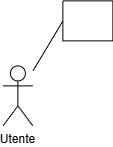
Above: assets/diagrams/UC43.png in SkarabGroup/DocumentazioneProgetto (draw.io), before the change. Source tidied: cells renumbered, new cells last; positions are measured from the earlier drawing's top-left corner, leaving out a move shared by most shapes.
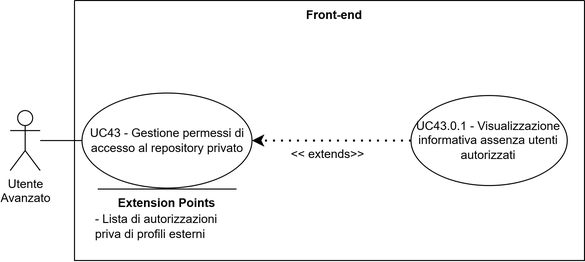
After the commit.

What changed in the source:
```diff
@@ -2,11 +2,41 @@
   <root>
     <mxCell id="0" />
     <mxCell id="1" parent="0" />
-    <mxCell id="2" value="&lt;div&gt;Utente&lt;/div&gt;" style="shape=umlActor;verticalLabelPosition=bottom;verticalAlign=top;html=1;" parent="1" vertex="1">
-      <mxGeometry x="0.4" y="65.4" width="30" height="60" as="geometry" />
-    </mxCell>
-    <mxCell id="3" style="swimlane;startSize=0;" parent="1" vertex="1" collapsed="1">
-      <mxGeometry x="60.4" y="0.4" width="50" height="40" as="geometry" />
-    </mxCell>
+    <mxCell id="4" style="swimlane;startSize=0;" parent="1" vertex="1">
+      <mxGeometry x="-236" y="-787" width="510" height="260" as="geometry" />
+    </mxCell>
+    <mxCell id="5" value="Front-end" style="text;html=1;whiteSpace=wrap;strokeColor=none;fillColor=none;align=center;verticalAlign=middle;rounded=0;perimeterSpacing=1;fontStyle=1;" parent="4" vertex="1">
+      <mxGeometry x="230" width="60" height="30" as="geometry" />
+    </mxCell>
+    <mxCell id="6" value="UC43 - Gestione permessi di accesso al repository privato" style="ellipse;whiteSpace=wrap;html=1;" parent="4" vertex="1">
+      <mxGeometry x="7.5" y="92.5" width="170" height="95" as="geometry" />
+    </mxCell>
+    <mxCell id="7" value="UC43.0.1 - Visualizzazione informativa assenza utenti autorizzati" style="ellipse;whiteSpace=wrap;html=1;" parent="4" vertex="1">
+      <mxGeometry x="336.5" y="95.1" width="156.2" height="90" as="geometry" />
+    </mxCell>
+    <mxCell id="8" style="endArrow=classic;dashed=1;html=1;dashPattern=1 3;strokeWidth=2;rounded=0;strokeColor=default;curved=0;endFill=1;endSize=6;entryX=1;entryY=0.5;entryDx=0;entryDy=0;exitX=0;exitY=0.5;exitDx=0;exitDy=0;" parent="4" edge="1" source="7" target="6">
+      <mxGeometry relative="1" as="geometry" />
+    </mxCell>
+    <mxCell id="9" value="&amp;lt;&amp;lt; extends&amp;gt;&amp;gt;" style="text;html=1;whiteSpace=wrap;strokeColor=none;fillColor=none;align=center;verticalAlign=middle;rounded=0;" parent="4" vertex="1">
+      <mxGeometry x="206" y="139" width="95" height="30" as="geometry" />
+    </mxCell>
+    <mxCell id="10" value="&lt;div&gt;Utente&lt;/div&gt;&lt;div&gt;&lt;span style=&quot;background-color: transparent; color: light-dark(rgb(0, 0, 0), rgb(255, 255, 255));&quot;&gt;Avanzato&lt;/span&gt;&lt;/div&gt;" style="shape=umlActor;verticalLabelPosition=bottom;verticalAlign=top;html=1;outlineConnect=0;" parent="4" vertex="1">
+      <mxGeometry x="-64.3" y="110" width="30" height="60" as="geometry" />
+    </mxCell>
+    <mxCell id="11" style="endArrow=none;html=1;rounded=0;entryX=0;entryY=0.5;entryDx=0;entryDy=0;" parent="4" edge="1" source="10" target="6">
+      <mxGeometry relative="1" as="geometry" />
+    </mxCell>
+    <mxCell id="12" style="endArrow=none;html=1;rounded=0;" parent="4" edge="1">
+      <mxGeometry relative="1" as="geometry">
+        <mxPoint x="162" y="188.6" as="sourcePoint" />
+        <mxPoint x="23.2" y="188.6" as="targetPoint" />
+      </mxGeometry>
+    </mxCell>
+    <mxCell id="13" value="&lt;b&gt;Extension Points&lt;/b&gt;" style="text;html=1;whiteSpace=wrap;strokeColor=none;fillColor=none;align=center;verticalAlign=middle;rounded=0;strokeWidth=5;" parent="4" vertex="1">
+      <mxGeometry x="35" y="187.6" width="115" height="30" as="geometry" />
+    </mxCell>
+    <mxCell id="14" value="- Lista di autorizzazioni priva di profili esterni" style="text;html=1;whiteSpace=wrap;strokeColor=none;fillColor=none;align=left;verticalAlign=middle;rounded=0;" parent="4" vertex="1">
+      <mxGeometry x="19" y="212.6" width="147" height="27.4" as="geometry" />
+    </mxCell>
   </root>
 </mxGraphModel>
```
